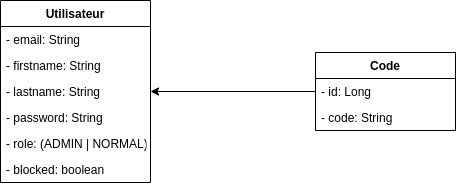
Above: doc/images/diagram-domain-model-first-backend.png in dorianekaffo/Teaching-HEIGVD-AMT-2019-Project-Two (draw.io), before the change. Source tidied: cells renumbered, new cells last; positions are measured from the earlier drawing's top-left corner, leaving out a move shared by most shapes.
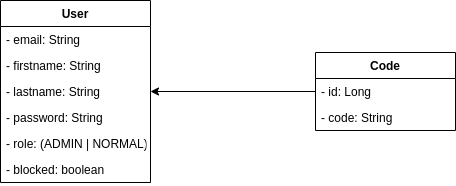
Above is the later version.

Commit message:
Correction du l'erreur lors des test premier backend

Change to the diagram source:
```diff
@@ -2,7 +2,7 @@
   <root>
     <mxCell id="0" />
     <mxCell id="1" parent="0" />
-    <mxCell id="2" value="Utilisateur" style="swimlane;fontStyle=1;horizontal=1;startSize=26;fillColor=none;" parent="1" vertex="1">
+    <mxCell id="2" value="User" style="swimlane;fontStyle=1;horizontal=1;startSize=26;fillColor=none;" parent="1" vertex="1">
       <mxGeometry width="150" height="182" as="geometry" />
     </mxCell>
     <mxCell id="3" value="- email: String" style="text;strokeColor=none;fillColor=none;align=left;verticalAlign=top;spacingLeft=4;spacingRight=4;overflow=hidden;" parent="2" vertex="1">
```
